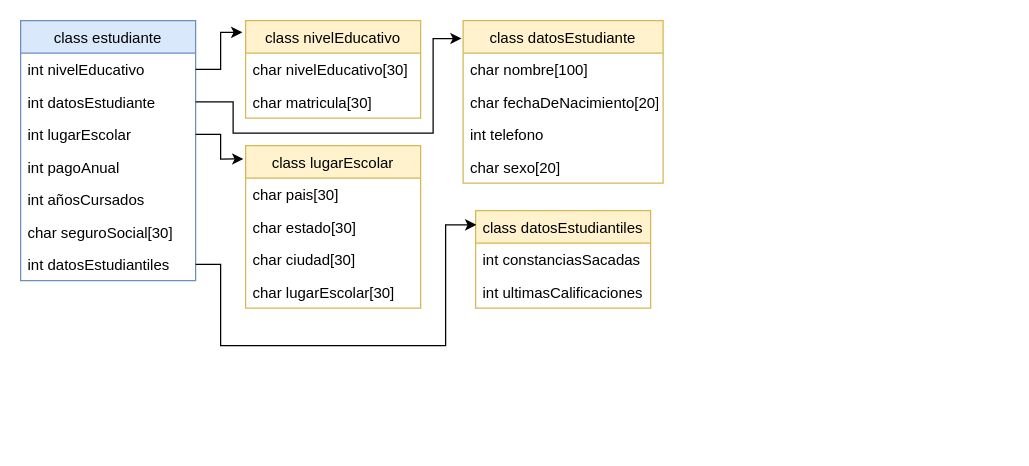
Earlier version of the draw.io diagram estudiante.drawio (lSoyKevinl/DiagramasProgramacionOrientadaAObjetos). Source tidied: cells renumbered, new cells numbered last; positions are measured from the earlier drawing's top-left corner, leaving out a move shared by most shapes. Both pictures are drawn from the tidied source at 125%, with x=0, y=0 at pixel (20, 20).
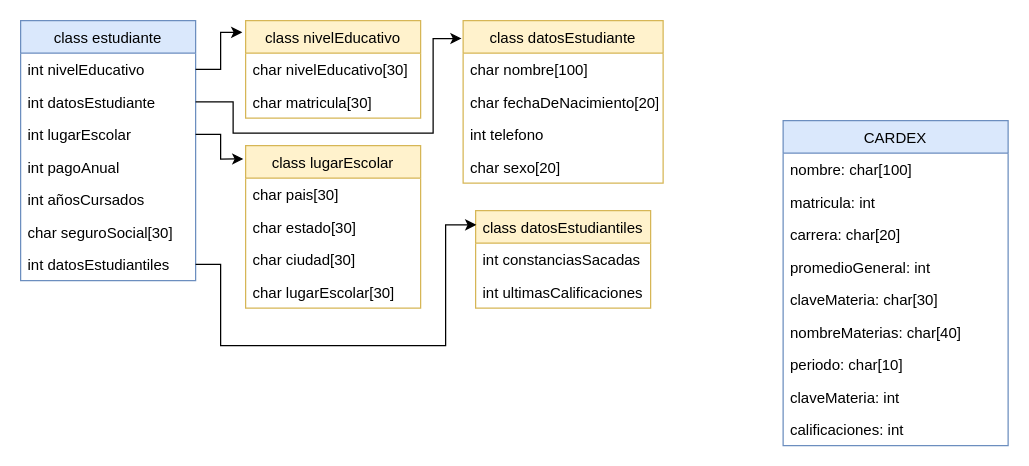
The same diagram, later.

The edit, as a diff of the source:
```diff
@@
+    <mxCell id="30" value="CARDEX" style="swimlane;fontStyle=0;horizontal=1;startSize=26;fillColor=#dae8fc;strokeColor=#6c8ebf;" parent="1" vertex="1">
+      <mxGeometry x="610" y="80" width="180" height="260" as="geometry" />
+    </mxCell>
+    <mxCell id="31" value="nombre: char[100]" style="text;strokeColor=none;fillColor=none;align=left;verticalAlign=top;spacingLeft=4;spacingRight=4;overflow=hidden;" parent="30" vertex="1">
+      <mxGeometry y="26" width="180" height="26" as="geometry" />
+    </mxCell>
+    <mxCell id="32" value="matricula: int" style="text;strokeColor=none;fillColor=none;align=left;verticalAlign=top;spacingLeft=4;spacingRight=4;overflow=hidden;" parent="30" vertex="1">
+      <mxGeometry y="52" width="180" height="26" as="geometry" />
+    </mxCell>
+    <mxCell id="33" value="carrera: char[20]" style="text;strokeColor=none;fillColor=none;align=left;verticalAlign=top;spacingLeft=4;spacingRight=4;overflow=hidden;" parent="30" vertex="1">
+      <mxGeometry y="78" width="180" height="26" as="geometry" />
+    </mxCell>
+    <mxCell id="34" value="promedioGeneral: int" style="text;strokeColor=none;fillColor=none;align=left;verticalAlign=top;spacingLeft=4;spacingRight=4;overflow=hidden;" parent="30" vertex="1">
+      <mxGeometry y="104" width="180" height="26" as="geometry" />
+    </mxCell>
+    <mxCell id="35" value="claveMateria: char[30]" style="text;strokeColor=none;fillColor=none;align=left;verticalAlign=top;spacingLeft=4;spacingRight=4;overflow=hidden;" parent="30" vertex="1">
+      <mxGeometry y="130" width="180" height="26" as="geometry" />
+    </mxCell>
+    <mxCell id="36" value="nombreMaterias: char[40]" style="text;strokeColor=none;fillColor=none;align=left;verticalAlign=top;spacingLeft=4;spacingRight=4;overflow=hidden;" parent="30" vertex="1">
+      <mxGeometry y="156" width="180" height="26" as="geometry" />
+    </mxCell>
+    <mxCell id="37" value="periodo: char[10]" style="text;strokeColor=none;fillColor=none;align=left;verticalAlign=top;spacingLeft=4;spacingRight=4;overflow=hidden;" parent="30" vertex="1">
+      <mxGeometry y="182" width="180" height="26" as="geometry" />
+    </mxCell>
+    <mxCell id="38" value="claveMateria: int" style="text;strokeColor=none;fillColor=none;align=left;verticalAlign=top;spacingLeft=4;spacingRight=4;overflow=hidden;" parent="30" vertex="1">
+      <mxGeometry y="208" width="180" height="26" as="geometry" />
+    </mxCell>
+    <mxCell id="39" value="calificaciones: int" style="text;strokeColor=none;fillColor=none;align=left;verticalAlign=top;spacingLeft=4;spacingRight=4;overflow=hidden;" parent="30" vertex="1">
+      <mxGeometry y="234" width="180" height="26" as="geometry" />
+    </mxCell>
```
